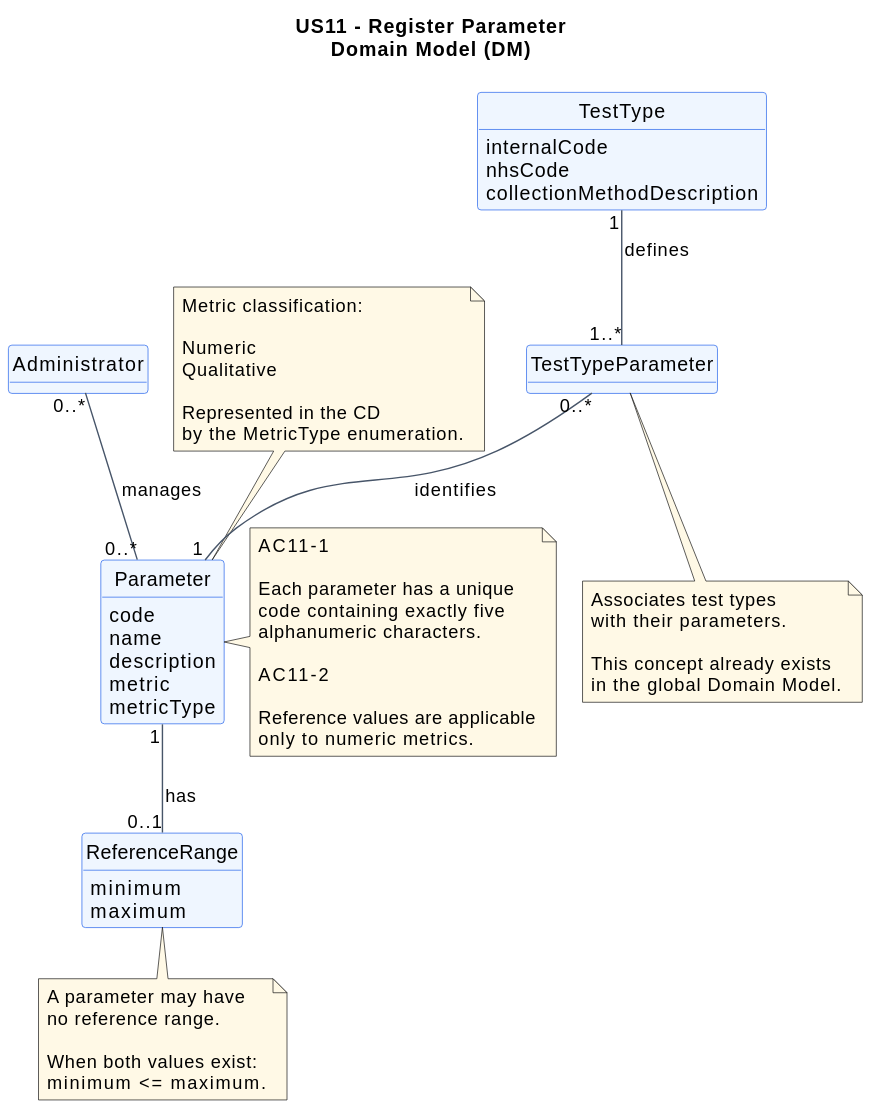
The PlantUML diagram docs/system-documentation/US11/svg/US11-DM.svg in jmaia574/leti-esoft-26-27-B6, before a commit. Its diagram source:
```plantuml
@startuml
!pragma layout smetana

title US11 - Register Parameter\nDomain Model (DM)


skinparam backgroundColor #FFFFFF
skinparam shadowing false
skinparam classAttributeIconSize 0
skinparam classBorderColor #2563EB
skinparam classBackgroundColor #EFF6FF
skinparam ArrowColor #475569
skinparam NoteBackgroundColor #FFF9E6
skinparam linetype ortho

hide methods
hide circle


class Administrator

class Parameter {
    code
    name
    description
    metric
    metricType
}

class ReferenceRange {
    minimum
    maximum
}

class TestType {
    internalCode
    nhsCode
    collectionMethodDescription
}

class TestTypeParameter


Administrator "0..*" -- "0..*" Parameter : manages >

Parameter "1" -- "0..1" ReferenceRange : has >

TestType "1" -- "1..*" TestTypeParameter : defines >

TestTypeParameter "0..*" -- "1" Parameter : identifies >


note right of Parameter
AC11-1

Each parameter has a unique
code containing exactly five
alphanumeric characters.

AC11-2

Reference values are applicable
only to numeric metrics.
end note

note bottom of ReferenceRange
A parameter may have
no reference range.

When both values exist:
minimum <= maximum.
end note

note bottom of TestTypeParameter
Associates test types
with their parameters.

This concept already exists
in the global Domain Model.
end note

note top of Parameter
Metric classification:

Numeric
Qualitative

Represented in the CD
by the MetricType enumeration.
end note
@enduml
```
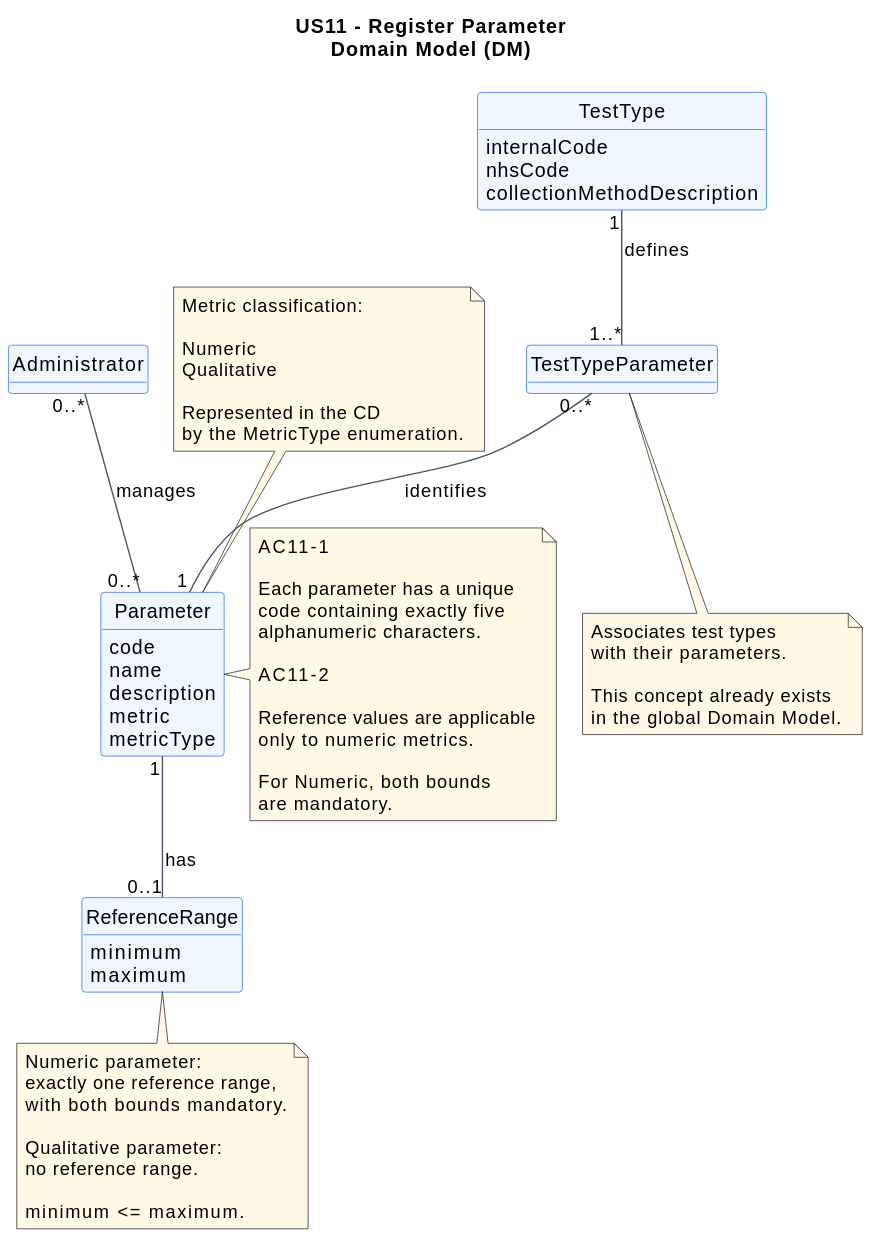
Above is the later version.

What changed in the source:
```diff
@@ -2,7 +2,6 @@
 !pragma layout smetana
 
 title US11 - Register Parameter\nDomain Model (DM)
-
 
 skinparam backgroundColor #FFFFFF
 skinparam shadowing false
@@ -61,13 +60,19 @@
 
 Reference values are applicable
 only to numeric metrics.
+
+For Numeric, both bounds
+are mandatory.
 end note
 
 note bottom of ReferenceRange
-A parameter may have
+Numeric parameter:
+exactly one reference range,
+with both bounds mandatory.
+
+Qualitative parameter:
 no reference range.
 
-When both values exist:
 minimum <= maximum.
 end note
 
```
